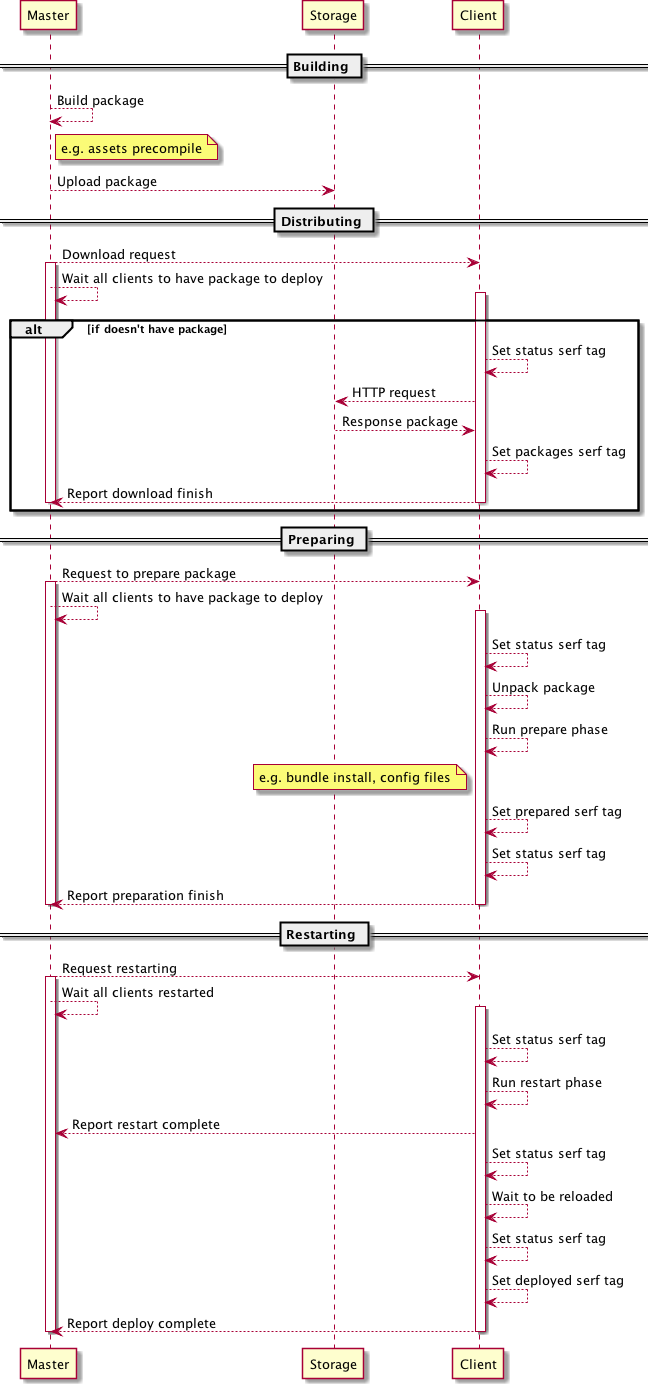
This is docs/sequences/deploy.png from sorah/mamiya, a PlantUML export, as it was before one commit.
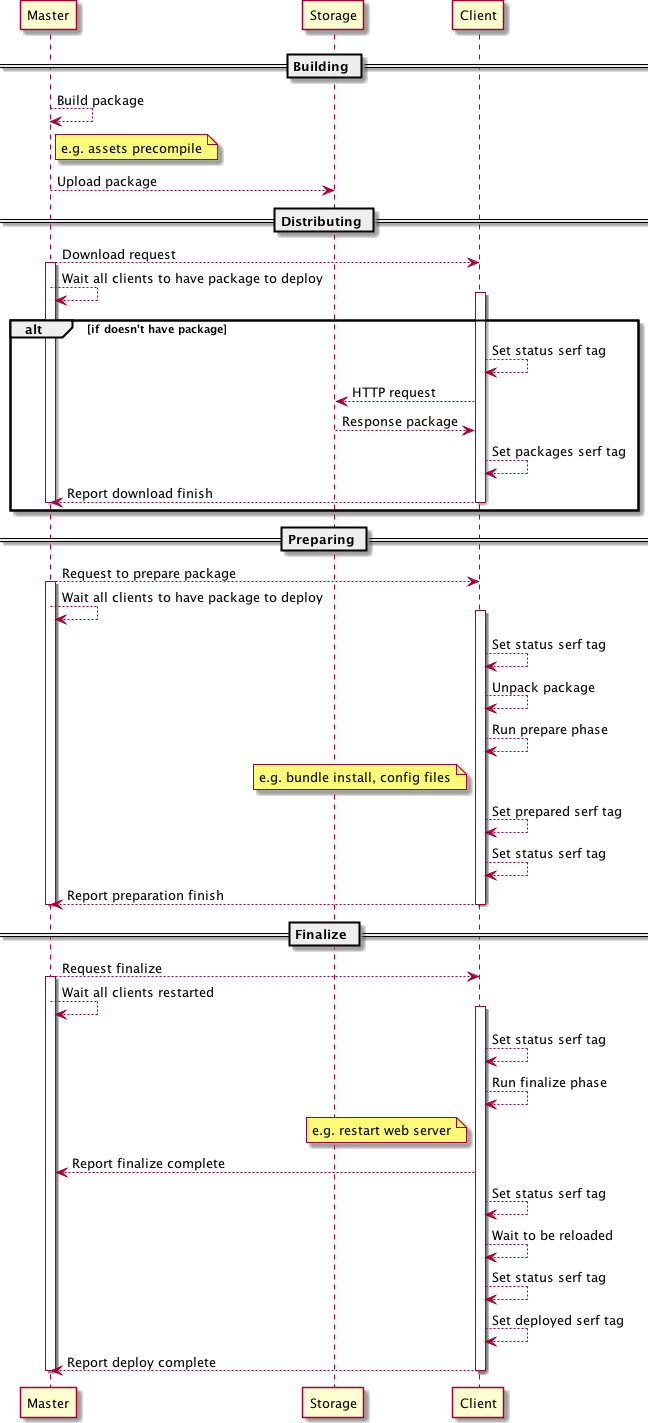
After the change.

Diff of the diagram source:
```diff
@@ -37,15 +37,16 @@
 deactivate Client
 deactivate Master
 
-== Restarting ==
+== Finalize ==
 
-Master --> Client: Request restarting
+Master --> Client: Request finalize
 activate Master
 Master --> Master: Wait all clients restarted
 activate Client
 Client --> Client: Set status serf tag
-Client --> Client: Run restart phase
-Client --> Master: Report restart complete
+Client --> Client: Run finalize phase
+note left of Client: e.g. restart web server
+Client --> Master: Report finalize complete
 Client --> Client: Set status serf tag
 Client --> Client: Wait to be reloaded
 Client --> Client: Set status serf tag
```
